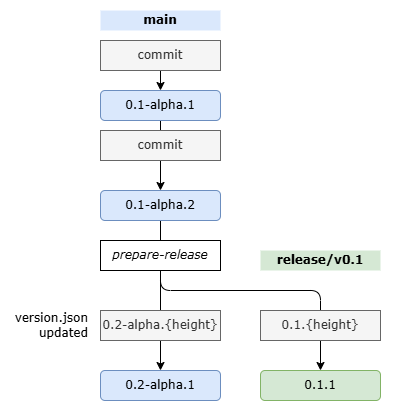
arika0093/articles keeps this draw.io diagram as images/20250623/gitversioning.drawio.png. Above is the earlier version. Source tidied: cells renumbered, new cells last; positions are measured from the earlier drawing's top-left corner, leaving out a move shared by most shapes. Source of this version:
```xml
<mxGraphModel>
  <root>
    <mxCell id="0" />
    <mxCell id="1" value="名称未設定レイヤ" parent="0" />
    <mxCell id="2" style="rounded=0;whiteSpace=wrap;html=1;fillColor=default;strokeColor=none;" parent="1" vertex="1">
      <mxGeometry width="400" height="420" as="geometry" />
    </mxCell>
    <mxCell id="3" parent="0" />
    <mxCell id="4" style="edgeStyle=none;html=1;fontFamily=Verdana;" parent="3" edge="1" source="5" target="8">
      <mxGeometry relative="1" as="geometry" />
    </mxCell>
    <mxCell id="5" value="0.1-alpha.1" style="rounded=1;whiteSpace=wrap;html=1;fillColor=#dae8fc;strokeColor=#6c8ebf;fontFamily=Verdana;" parent="3" vertex="1">
      <mxGeometry x="100" y="90" width="120" height="30" as="geometry" />
    </mxCell>
    <mxCell id="6" style="edgeStyle=none;html=1;exitX=0.5;exitY=1;exitDx=0;exitDy=0;entryX=0.5;entryY=0;entryDx=0;entryDy=0;fontFamily=Verdana;" parent="3" edge="1" source="8" target="9">
      <mxGeometry relative="1" as="geometry" />
    </mxCell>
    <mxCell id="7" style="edgeStyle=orthogonalEdgeStyle;html=1;exitX=0.5;exitY=1;exitDx=0;exitDy=0;entryX=0.5;entryY=0;entryDx=0;entryDy=0;fontFamily=Verdana;" parent="3" edge="1" source="8" target="10">
      <mxGeometry relative="1" as="geometry">
        <Array as="points">
          <mxPoint x="160" y="290" />
          <mxPoint x="320" y="290" />
        </Array>
      </mxGeometry>
    </mxCell>
    <mxCell id="8" value="0.1-alpha.2" style="rounded=1;whiteSpace=wrap;html=1;fillColor=#dae8fc;strokeColor=#6c8ebf;fontFamily=Verdana;" parent="3" vertex="1">
      <mxGeometry x="100" y="190" width="120" height="30" as="geometry" />
    </mxCell>
    <mxCell id="9" value="0.2-alpha.1" style="rounded=1;whiteSpace=wrap;html=1;fillColor=#dae8fc;strokeColor=#6c8ebf;fontFamily=Verdana;" parent="3" vertex="1">
      <mxGeometry x="100" y="370" width="120" height="30" as="geometry" />
    </mxCell>
    <mxCell id="10" value="0.1.1" style="rounded=1;whiteSpace=wrap;html=1;fillColor=#d5e8d4;strokeColor=#82b366;fontFamily=Verdana;" parent="3" vertex="1">
      <mxGeometry x="260" y="370" width="120" height="30" as="geometry" />
    </mxCell>
    <mxCell id="11" value="prepare-release" style="rounded=0;whiteSpace=wrap;html=1;fontStyle=2;fontFamily=Verdana;" parent="3" vertex="1">
      <mxGeometry x="100" y="240" width="120" height="30" as="geometry" />
    </mxCell>
    <mxCell id="12" value="0.2-alpha.{height}" style="rounded=0;whiteSpace=wrap;html=1;fillColor=#f5f5f5;fontColor=#333333;strokeColor=#666666;fontFamily=Verdana;" parent="3" vertex="1">
      <mxGeometry x="100" y="310" width="120" height="30" as="geometry" />
    </mxCell>
    <mxCell id="13" value="0.1.{height}" style="rounded=0;whiteSpace=wrap;html=1;fillColor=#f5f5f5;fontColor=#333333;strokeColor=#666666;fontFamily=Verdana;" parent="3" vertex="1">
      <mxGeometry x="260" y="310" width="120" height="30" as="geometry" />
    </mxCell>
    <mxCell id="14" value="version.json&lt;div&gt;updated&lt;/div&gt;" style="text;html=1;align=right;verticalAlign=middle;whiteSpace=wrap;rounded=0;fontFamily=Verdana;" parent="3" vertex="1">
      <mxGeometry x="10" y="310" width="80" height="30" as="geometry" />
    </mxCell>
    <mxCell id="15" value="main" style="text;html=1;align=center;verticalAlign=middle;whiteSpace=wrap;rounded=0;fontStyle=1;fillColor=#dae8fc;strokeColor=none;fontFamily=Verdana;" parent="3" vertex="1">
      <mxGeometry x="100" y="10" width="120" height="20" as="geometry" />
    </mxCell>
    <mxCell id="16" value="release/v0.1" style="text;html=1;align=center;verticalAlign=middle;whiteSpace=wrap;rounded=0;fontStyle=1;fillColor=#d5e8d4;strokeColor=none;fontFamily=Verdana;" parent="3" vertex="1">
      <mxGeometry x="260" y="250" width="120" height="20" as="geometry" />
    </mxCell>
    <mxCell id="17" value="commit" style="rounded=0;whiteSpace=wrap;html=1;fillColor=#f5f5f5;fontColor=#333333;strokeColor=#666666;fontFamily=Verdana;" parent="3" vertex="1">
      <mxGeometry x="100" y="130" width="120" height="30" as="geometry" />
    </mxCell>
    <mxCell id="18" style="edgeStyle=none;html=1;exitX=0.5;exitY=1;exitDx=0;exitDy=0;entryX=0.5;entryY=0;entryDx=0;entryDy=0;fontFamily=Verdana;" parent="3" edge="1" source="19" target="5">
      <mxGeometry relative="1" as="geometry" />
    </mxCell>
    <mxCell id="19" value="commit" style="rounded=0;whiteSpace=wrap;html=1;fillColor=#f5f5f5;fontColor=#333333;strokeColor=#666666;fontFamily=Verdana;" parent="3" vertex="1">
      <mxGeometry x="100" y="40" width="120" height="30" as="geometry" />
    </mxCell>
  </root>
</mxGraphModel>
```
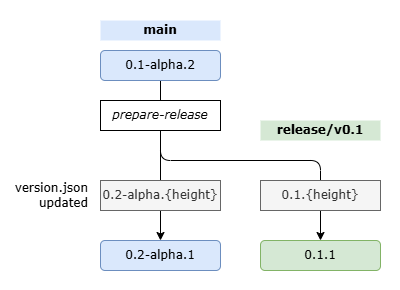
The same diagram one commit later.

Diff of the diagram source:
```diff
@@ -3,15 +3,9 @@
     <mxCell id="0" />
     <mxCell id="1" value="名称未設定レイヤ" parent="0" />
     <mxCell id="2" style="rounded=0;whiteSpace=wrap;html=1;fillColor=default;strokeColor=none;" parent="1" vertex="1">
-      <mxGeometry width="400" height="420" as="geometry" />
+      <mxGeometry y="130" width="400" height="290" as="geometry" />
     </mxCell>
     <mxCell id="3" parent="0" />
-    <mxCell id="4" style="edgeStyle=none;html=1;fontFamily=Verdana;" parent="3" edge="1" source="5" target="8">
-      <mxGeometry relative="1" as="geometry" />
-    </mxCell>
-    <mxCell id="5" value="0.1-alpha.1" style="rounded=1;whiteSpace=wrap;html=1;fillColor=#dae8fc;strokeColor=#6c8ebf;fontFamily=Verdana;" parent="3" vertex="1">
-      <mxGeometry x="100" y="90" width="120" height="30" as="geometry" />
-    </mxCell>
     <mxCell id="6" style="edgeStyle=none;html=1;exitX=0.5;exitY=1;exitDx=0;exitDy=0;entryX=0.5;entryY=0;entryDx=0;entryDy=0;fontFamily=Verdana;" parent="3" edge="1" source="8" target="9">
       <mxGeometry relative="1" as="geometry" />
     </mxCell>
@@ -24,7 +18,7 @@
       </mxGeometry>
     </mxCell>
     <mxCell id="8" value="0.1-alpha.2" style="rounded=1;whiteSpace=wrap;html=1;fillColor=#dae8fc;strokeColor=#6c8ebf;fontFamily=Verdana;" parent="3" vertex="1">
-      <mxGeometry x="100" y="190" width="120" height="30" as="geometry" />
+      <mxGeometry x="100" y="180" width="120" height="30" as="geometry" />
     </mxCell>
     <mxCell id="9" value="0.2-alpha.1" style="rounded=1;whiteSpace=wrap;html=1;fillColor=#dae8fc;strokeColor=#6c8ebf;fontFamily=Verdana;" parent="3" vertex="1">
       <mxGeometry x="100" y="370" width="120" height="30" as="geometry" />
@@ -33,7 +27,7 @@
       <mxGeometry x="260" y="370" width="120" height="30" as="geometry" />
     </mxCell>
     <mxCell id="11" value="prepare-release" style="rounded=0;whiteSpace=wrap;html=1;fontStyle=2;fontFamily=Verdana;" parent="3" vertex="1">
-      <mxGeometry x="100" y="240" width="120" height="30" as="geometry" />
+      <mxGeometry x="100" y="230" width="120" height="30" as="geometry" />
     </mxCell>
     <mxCell id="12" value="0.2-alpha.{height}" style="rounded=0;whiteSpace=wrap;html=1;fillColor=#f5f5f5;fontColor=#333333;strokeColor=#666666;fontFamily=Verdana;" parent="3" vertex="1">
       <mxGeometry x="100" y="310" width="120" height="30" as="geometry" />
@@ -45,19 +39,15 @@
       <mxGeometry x="10" y="310" width="80" height="30" as="geometry" />
     </mxCell>
     <mxCell id="15" value="main" style="text;html=1;align=center;verticalAlign=middle;whiteSpace=wrap;rounded=0;fontStyle=1;fillColor=#dae8fc;strokeColor=none;fontFamily=Verdana;" parent="3" vertex="1">
-      <mxGeometry x="100" y="10" width="120" height="20" as="geometry" />
+      <mxGeometry x="100" y="150" width="120" height="20" as="geometry" />
     </mxCell>
     <mxCell id="16" value="release/v0.1" style="text;html=1;align=center;verticalAlign=middle;whiteSpace=wrap;rounded=0;fontStyle=1;fillColor=#d5e8d4;strokeColor=none;fontFamily=Verdana;" parent="3" vertex="1">
       <mxGeometry x="260" y="250" width="120" height="20" as="geometry" />
     </mxCell>
-    <mxCell id="17" value="commit" style="rounded=0;whiteSpace=wrap;html=1;fillColor=#f5f5f5;fontColor=#333333;strokeColor=#666666;fontFamily=Verdana;" parent="3" vertex="1">
-      <mxGeometry x="100" y="130" width="120" height="30" as="geometry" />
-    </mxCell>
-    <mxCell id="18" style="edgeStyle=none;html=1;exitX=0.5;exitY=1;exitDx=0;exitDy=0;entryX=0.5;entryY=0;entryDx=0;entryDy=0;fontFamily=Verdana;" parent="3" edge="1" source="19" target="5">
-      <mxGeometry relative="1" as="geometry" />
+    <mxCell id="18" style="edgeStyle=none;html=1;exitX=0.5;exitY=1;exitDx=0;exitDy=0;entryX=0.5;entryY=0;entryDx=0;entryDy=0;fontFamily=Verdana;" parent="3" edge="1" source="x">
+      <mxGeometry relative="1" as="geometry">
+        <mxPoint x="160" y="90" as="targetPoint" />
+      </mxGeometry>
     </mxCell>
-    <mxCell id="19" value="commit" style="rounded=0;whiteSpace=wrap;html=1;fillColor=#f5f5f5;fontColor=#333333;strokeColor=#666666;fontFamily=Verdana;" parent="3" vertex="1">
-      <mxGeometry x="100" y="40" width="120" height="30" as="geometry" />
-    </mxCell>
   </root>
 </mxGraphModel>
```
